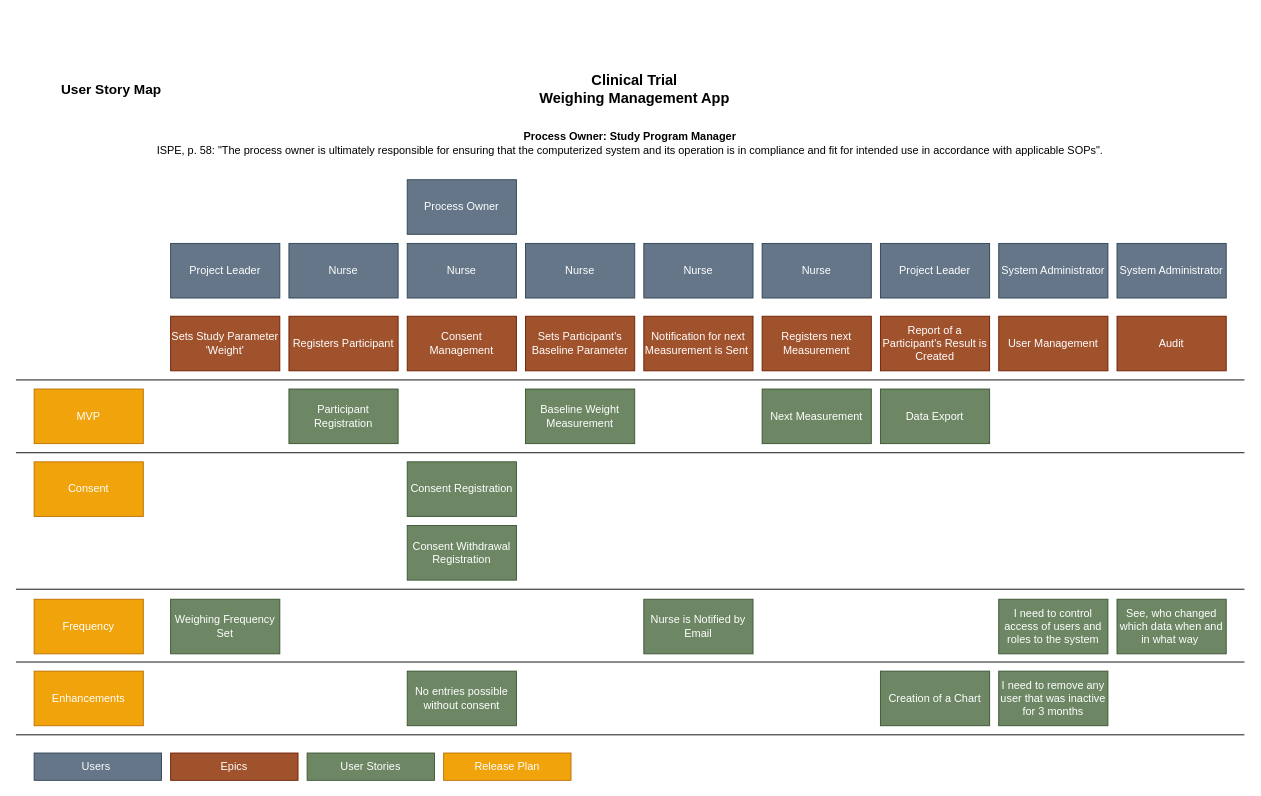
The draw.io diagram jba-oq-documents/JBA_UserStoryMap.drawio in sableu/BDD4OQ, before the edit. Source tidied: cells renumbered, new cells numbered last; positions are measured from the earlier drawing's top-left corner, leaving out a move shared by most shapes. Both pictures are drawn from the tidied source at 91%, with x=0, y=0 at pixel (15, 79).
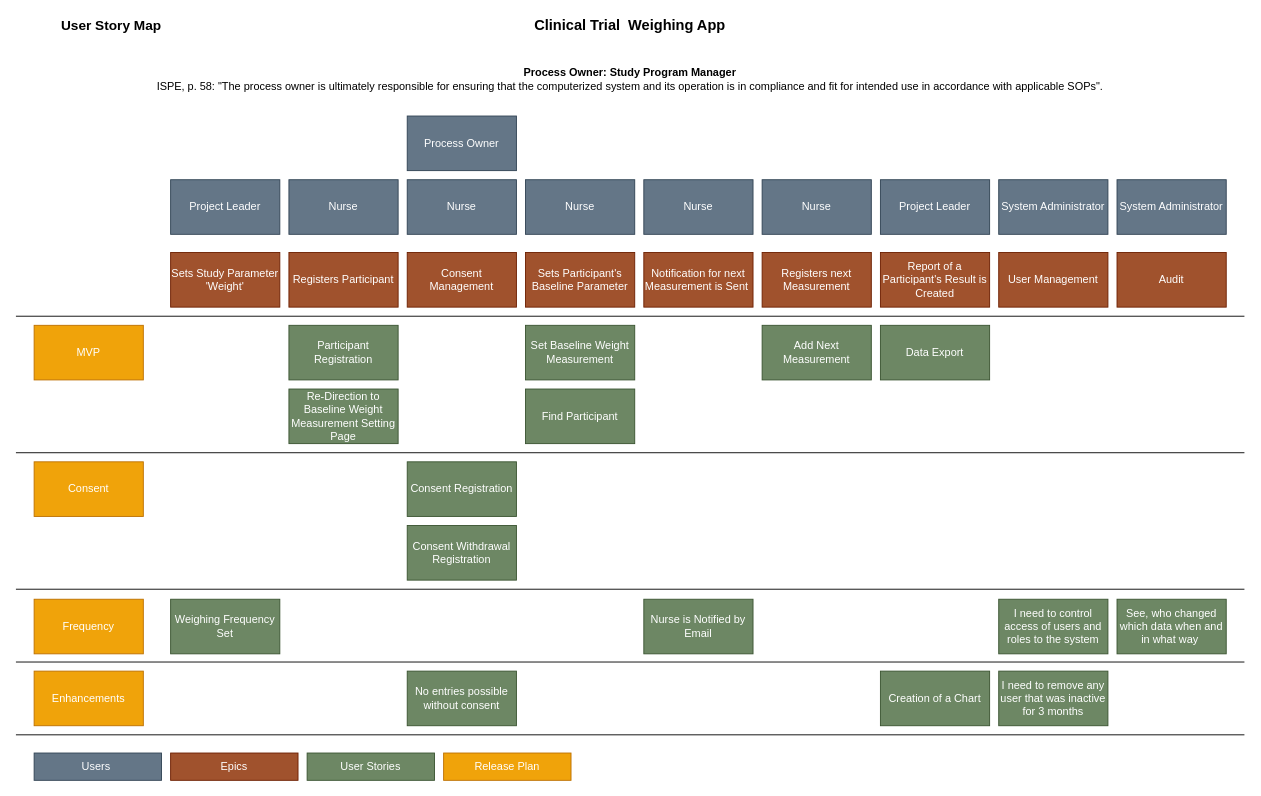
After the change.

Commit message (it also covers changes not shown here):
Some updates (additional user stories) and some refactoring in respect of a consistent language

Diff of the diagram source:
```diff
@@
-    <mxCell id="2" value="Project Leader" style="rounded=0;whiteSpace=wrap;html=1;fillColor=#647687;strokeColor=#314354;fontColor=#ffffff;" parent="1" vertex="1">
-      <mxGeometry x="170" y="180" width="120" height="60" as="geometry" />
-    </mxCell>
-    <mxCell id="3" value="&lt;font style=&quot;font-size: 16px&quot;&gt;&lt;b&gt;Clinical Trial &lt;br&gt;Weighing Management App&lt;/b&gt;&lt;/font&gt;" style="text;html=1;strokeColor=none;fillColor=none;align=center;verticalAlign=middle;whiteSpace=wrap;rounded=0;" parent="1" vertex="1">
-      <mxGeometry x="570" width="220" height="20" as="geometry" />
-    </mxCell>
+    <mxCell id="50" value="Project Leader" style="rounded=0;whiteSpace=wrap;html=1;fillColor=#647687;strokeColor=#314354;fontColor=#ffffff;" parent="1" vertex="1">
+      <mxGeometry x="170" y="110" width="120" height="60" as="geometry" />
+    </mxCell>
+    <mxCell id="51" value="&lt;font style=&quot;font-size: 16px&quot;&gt;&lt;b&gt;Clinical Trial&amp;nbsp; Weighing App&lt;/b&gt;&lt;/font&gt;" style="text;html=1;strokeColor=none;fillColor=none;align=center;verticalAlign=middle;whiteSpace=wrap;rounded=0;" parent="1" vertex="1">
+      <mxGeometry x="565" y="-70" width="220" height="20" as="geometry" />
+    </mxCell>
     <mxCell id="4" value="Registers next Measurement" style="rounded=0;whiteSpace=wrap;html=1;fillColor=#a0522d;strokeColor=#6D1F00;fontColor=#ffffff;" parent="1" vertex="1">
-      <mxGeometry x="820" y="260" width="120" height="60" as="geometry" />
+      <mxGeometry x="820" y="190" width="120" height="60" as="geometry" />
     </mxCell>
     <mxCell id="5" value="MVP" style="rounded=0;whiteSpace=wrap;html=1;fillColor=#f0a30a;strokeColor=#BD7000;fontColor=#ffffff;" parent="1" vertex="1">
-      <mxGeometry x="20" y="340" width="120" height="60" as="geometry" />
+      <mxGeometry x="20" y="270" width="120" height="60" as="geometry" />
     </mxCell>
     <mxCell id="6" value="Sets Study Parameter 'Weight'" style="rounded=0;whiteSpace=wrap;html=1;fillColor=#a0522d;strokeColor=#6D1F00;fontColor=#ffffff;" parent="1" vertex="1">
-      <mxGeometry x="170" y="260" width="120" height="60" as="geometry" />
+      <mxGeometry x="170" y="190" width="120" height="60" as="geometry" />
     </mxCell>
     <mxCell id="7" value="Registers Participant" style="rounded=0;whiteSpace=wrap;html=1;fillColor=#a0522d;strokeColor=#6D1F00;fontColor=#ffffff;" parent="1" vertex="1">
-      <mxGeometry x="300" y="260" width="120" height="60" as="geometry" />
+      <mxGeometry x="300" y="190" width="120" height="60" as="geometry" />
     </mxCell>
     <mxCell id="8" value="Consent Management" style="rounded=0;whiteSpace=wrap;html=1;fillColor=#a0522d;strokeColor=#6D1F00;fontColor=#ffffff;" parent="1" vertex="1">
-      <mxGeometry x="430" y="260" width="120" height="60" as="geometry" />
+      <mxGeometry x="430" y="190" width="120" height="60" as="geometry" />
     </mxCell>
     <mxCell id="9" value="Sets Participant's Baseline Parameter" style="rounded=0;whiteSpace=wrap;html=1;fillColor=#a0522d;strokeColor=#6D1F00;fontColor=#ffffff;" parent="1" vertex="1">
-      <mxGeometry x="560" y="260" width="120" height="60" as="geometry" />
+      <mxGeometry x="560" y="190" width="120" height="60" as="geometry" />
     </mxCell>
     <mxCell id="10" value="Notification for next Measurement is Sent&amp;nbsp;" style="rounded=0;whiteSpace=wrap;html=1;fillColor=#a0522d;strokeColor=#6D1F00;fontColor=#ffffff;" parent="1" vertex="1">
-      <mxGeometry x="690" y="260" width="120" height="60" as="geometry" />
+      <mxGeometry x="690" y="190" width="120" height="60" as="geometry" />
     </mxCell>
     <mxCell id="11" value="Report of a Participant's Result is Created" style="rounded=0;whiteSpace=wrap;html=1;fillColor=#a0522d;strokeColor=#6D1F00;fontColor=#ffffff;" parent="1" vertex="1">
-      <mxGeometry x="950" y="260" width="120" height="60" as="geometry" />
+      <mxGeometry x="950" y="190" width="120" height="60" as="geometry" />
     </mxCell>
-    <mxCell id="12" value="Nurse" style="rounded=0;whiteSpace=wrap;html=1;fillColor=#647687;strokeColor=#314354;fontColor=#ffffff;" parent="1" vertex="1">
-      <mxGeometry x="300" y="180" width="120" height="60" as="geometry" />
-    </mxCell>
-    <mxCell id="13" value="Project Leader" style="rounded=0;whiteSpace=wrap;html=1;fillColor=#647687;strokeColor=#314354;fontColor=#ffffff;" parent="1" vertex="1">
-      <mxGeometry x="950" y="180" width="120" height="60" as="geometry" />
-    </mxCell>
-    <mxCell id="14" value="Nurse" style="rounded=0;whiteSpace=wrap;html=1;fillColor=#647687;strokeColor=#314354;fontColor=#ffffff;" parent="1" vertex="1">
-      <mxGeometry x="430" y="180" width="120" height="60" as="geometry" />
-    </mxCell>
-    <mxCell id="15" value="Nurse" style="rounded=0;whiteSpace=wrap;html=1;fillColor=#647687;strokeColor=#314354;fontColor=#ffffff;" parent="1" vertex="1">
-      <mxGeometry x="560" y="180" width="120" height="60" as="geometry" />
-    </mxCell>
-    <mxCell id="16" value="Nurse" style="rounded=0;whiteSpace=wrap;html=1;fillColor=#647687;strokeColor=#314354;fontColor=#ffffff;" parent="1" vertex="1">
-      <mxGeometry x="690" y="180" width="120" height="60" as="geometry" />
-    </mxCell>
-    <mxCell id="17" value="Nurse" style="rounded=0;whiteSpace=wrap;html=1;fillColor=#647687;strokeColor=#314354;fontColor=#ffffff;" parent="1" vertex="1">
-      <mxGeometry x="820" y="180" width="120" height="60" as="geometry" />
-    </mxCell>
+    <mxCell id="52" value="Nurse" style="rounded=0;whiteSpace=wrap;html=1;fillColor=#647687;strokeColor=#314354;fontColor=#ffffff;" parent="1" vertex="1">
+      <mxGeometry x="300" y="110" width="120" height="60" as="geometry" />
+    </mxCell>
+    <mxCell id="53" value="Project Leader" style="rounded=0;whiteSpace=wrap;html=1;fillColor=#647687;strokeColor=#314354;fontColor=#ffffff;" parent="1" vertex="1">
+      <mxGeometry x="950" y="110" width="120" height="60" as="geometry" />
+    </mxCell>
+    <mxCell id="54" value="Nurse" style="rounded=0;whiteSpace=wrap;html=1;fillColor=#647687;strokeColor=#314354;fontColor=#ffffff;" parent="1" vertex="1">
+      <mxGeometry x="430" y="110" width="120" height="60" as="geometry" />
+    </mxCell>
+    <mxCell id="55" value="Nurse" style="rounded=0;whiteSpace=wrap;html=1;fillColor=#647687;strokeColor=#314354;fontColor=#ffffff;" parent="1" vertex="1">
+      <mxGeometry x="560" y="110" width="120" height="60" as="geometry" />
+    </mxCell>
+    <mxCell id="56" value="Nurse" style="rounded=0;whiteSpace=wrap;html=1;fillColor=#647687;strokeColor=#314354;fontColor=#ffffff;" parent="1" vertex="1">
+      <mxGeometry x="690" y="110" width="120" height="60" as="geometry" />
+    </mxCell>
+    <mxCell id="57" value="Nurse" style="rounded=0;whiteSpace=wrap;html=1;fillColor=#647687;strokeColor=#314354;fontColor=#ffffff;" parent="1" vertex="1">
+      <mxGeometry x="820" y="110" width="120" height="60" as="geometry" />
+    </mxCell>
@@
     <mxCell id="20" value="Participant Registration" style="rounded=0;whiteSpace=wrap;html=1;fillColor=#6d8764;strokeColor=#3A5431;fontColor=#ffffff;" parent="1" vertex="1">
-      <mxGeometry x="300" y="340" width="120" height="60" as="geometry" />
+      <mxGeometry x="300" y="270" width="120" height="60" as="geometry" />
     </mxCell>
-    <mxCell id="21" value="Baseline Weight Measurement" style="rounded=0;whiteSpace=wrap;html=1;fillColor=#6d8764;strokeColor=#3A5431;fontColor=#ffffff;" parent="1" vertex="1">
-      <mxGeometry x="560" y="340" width="120" height="60" as="geometry" />
-    </mxCell>
-    <mxCell id="22" value="Next Measurement" style="rounded=0;whiteSpace=wrap;html=1;fillColor=#6d8764;strokeColor=#3A5431;fontColor=#ffffff;" parent="1" vertex="1">
-      <mxGeometry x="820" y="340" width="120" height="60" as="geometry" />
-    </mxCell>
+    <mxCell id="58" value="Set Baseline Weight Measurement" style="rounded=0;whiteSpace=wrap;html=1;fillColor=#6d8764;strokeColor=#3A5431;fontColor=#ffffff;" parent="1" vertex="1">
+      <mxGeometry x="560" y="270" width="120" height="60" as="geometry" />
+    </mxCell>
+    <mxCell id="59" value="Find Participant" style="rounded=0;whiteSpace=wrap;html=1;fillColor=#6d8764;strokeColor=#3A5431;fontColor=#ffffff;" parent="1" vertex="1">
+      <mxGeometry x="560" y="340" width="120" height="60" as="geometry" />
+    </mxCell>
     <mxCell id="23" value="Data Export" style="rounded=0;whiteSpace=wrap;html=1;fillColor=#6d8764;strokeColor=#3A5431;fontColor=#ffffff;" parent="1" vertex="1">
-      <mxGeometry x="950" y="340" width="120" height="60" as="geometry" />
+      <mxGeometry x="950" y="270" width="120" height="60" as="geometry" />
     </mxCell>
@@
-    <mxCell id="25" style="endArrow=none;html=1;" parent="1" edge="1">
-      <mxGeometry relative="1" as="geometry">
-        <mxPoint y="410" as="sourcePoint" />
-        <mxPoint x="1350" y="410" as="targetPoint" />
-      </mxGeometry>
-    </mxCell>
-    <mxCell id="26" style="endArrow=none;html=1;" parent="1" edge="1">
-      <mxGeometry relative="1" as="geometry">
-        <mxPoint y="330" as="sourcePoint" />
-        <mxPoint x="1350" y="330" as="targetPoint" />
-      </mxGeometry>
-    </mxCell>
+    <mxCell id="60" style="endArrow=none;html=1;" parent="1" edge="1">
+      <mxGeometry relative="1" as="geometry">
+        <mxPoint y="410" as="sourcePoint" />
+        <mxPoint x="1350" y="410" as="targetPoint" />
+      </mxGeometry>
+    </mxCell>
+    <mxCell id="61" style="endArrow=none;html=1;" parent="1" edge="1">
+      <mxGeometry relative="1" as="geometry">
+        <mxPoint y="260" as="sourcePoint" />
+        <mxPoint x="1350" y="260" as="targetPoint" />
+      </mxGeometry>
+    </mxCell>
@@
-    <mxCell id="28" style="endArrow=none;html=1;" parent="1" edge="1">
-      <mxGeometry relative="1" as="geometry">
-        <mxPoint y="560" as="sourcePoint" />
-        <mxPoint x="1350" y="560" as="targetPoint" />
-      </mxGeometry>
-    </mxCell>
+    <mxCell id="62" style="endArrow=none;html=1;" parent="1" edge="1">
+      <mxGeometry relative="1" as="geometry">
+        <mxPoint y="560" as="sourcePoint" />
+        <mxPoint x="1350" y="560" as="targetPoint" />
+      </mxGeometry>
+    </mxCell>
@@
-    <mxCell id="33" value="System Administrator" style="rounded=0;whiteSpace=wrap;html=1;fillColor=#647687;strokeColor=#314354;fontColor=#ffffff;" parent="1" vertex="1">
-      <mxGeometry x="1080" y="180" width="120" height="60" as="geometry" />
-    </mxCell>
-    <mxCell id="34" style="endArrow=none;html=1;" parent="1" edge="1">
-      <mxGeometry relative="1" as="geometry">
-        <mxPoint y="640" as="sourcePoint" />
-        <mxPoint x="1350" y="640" as="targetPoint" />
-      </mxGeometry>
-    </mxCell>
+    <mxCell id="63" value="System Administrator" style="rounded=0;whiteSpace=wrap;html=1;fillColor=#647687;strokeColor=#314354;fontColor=#ffffff;" parent="1" vertex="1">
+      <mxGeometry x="1080" y="110" width="120" height="60" as="geometry" />
+    </mxCell>
+    <mxCell id="64" style="endArrow=none;html=1;" parent="1" edge="1">
+      <mxGeometry relative="1" as="geometry">
+        <mxPoint y="640" as="sourcePoint" />
+        <mxPoint x="1350" y="640" as="targetPoint" />
+      </mxGeometry>
+    </mxCell>
@@
-    <mxCell id="36" style="endArrow=none;html=1;" parent="1" edge="1">
-      <mxGeometry relative="1" as="geometry">
-        <mxPoint y="720" as="sourcePoint" />
-        <mxPoint x="1350" y="720" as="targetPoint" />
-      </mxGeometry>
-    </mxCell>
+    <mxCell id="65" style="endArrow=none;html=1;" parent="1" edge="1">
+      <mxGeometry relative="1" as="geometry">
+        <mxPoint y="720" as="sourcePoint" />
+        <mxPoint x="1350" y="720" as="targetPoint" />
+      </mxGeometry>
+    </mxCell>
     <mxCell id="37" value="&lt;b&gt;Process Owner: Study Program Manager&lt;/b&gt;&lt;br&gt;ISPE, p. 58: &quot;The process owner is ultimately responsible for ensuring that the computerized system and its operation is in compliance and fit for intended use in accordance with applicable SOPs&quot;." style="text;html=1;strokeColor=none;fillColor=none;align=center;verticalAlign=middle;whiteSpace=wrap;rounded=0;" parent="1" vertex="1">
-      <mxGeometry y="60" width="1350" height="20" as="geometry" />
+      <mxGeometry y="-10" width="1350" height="20" as="geometry" />
     </mxCell>
@@
     <mxCell id="43" value="User Management" style="rounded=0;whiteSpace=wrap;html=1;fillColor=#a0522d;strokeColor=#6D1F00;fontColor=#ffffff;" parent="1" vertex="1">
-      <mxGeometry x="1080" y="260" width="120" height="60" as="geometry" />
+      <mxGeometry x="1080" y="190" width="120" height="60" as="geometry" />
     </mxCell>
@@
     <mxCell id="45" value="Audit" style="rounded=0;whiteSpace=wrap;html=1;fillColor=#a0522d;strokeColor=#6D1F00;fontColor=#ffffff;" parent="1" vertex="1">
-      <mxGeometry x="1210" y="260" width="120" height="60" as="geometry" />
+      <mxGeometry x="1210" y="190" width="120" height="60" as="geometry" />
     </mxCell>
-    <mxCell id="46" value="System Administrator" style="rounded=0;whiteSpace=wrap;html=1;fillColor=#647687;strokeColor=#314354;fontColor=#ffffff;" parent="1" vertex="1">
-      <mxGeometry x="1210" y="180" width="120" height="60" as="geometry" />
-    </mxCell>
+    <mxCell id="66" value="System Administrator" style="rounded=0;whiteSpace=wrap;html=1;fillColor=#647687;strokeColor=#314354;fontColor=#ffffff;" parent="1" vertex="1">
+      <mxGeometry x="1210" y="110" width="120" height="60" as="geometry" />
+    </mxCell>
     <mxCell id="47" value="Process Owner" style="rounded=0;whiteSpace=wrap;html=1;fillColor=#647687;strokeColor=#314354;fontColor=#ffffff;" parent="1" vertex="1">
-      <mxGeometry x="430" y="110" width="120" height="60" as="geometry" />
+      <mxGeometry x="430" y="40" width="120" height="60" as="geometry" />
     </mxCell>
@@
     <mxCell id="49" value="User Story Map" style="text;html=1;strokeColor=none;fillColor=none;align=center;verticalAlign=middle;whiteSpace=wrap;rounded=0;fontSize=15;fontStyle=1;" parent="1" vertex="1">
-      <mxGeometry x="20" width="170" height="20" as="geometry" />
+      <mxGeometry x="20" y="-70" width="170" height="20" as="geometry" />
     </mxCell>
+    <mxCell id="67" value="Add Next Measurement" style="rounded=0;whiteSpace=wrap;html=1;fillColor=#6d8764;strokeColor=#3A5431;fontColor=#ffffff;" parent="1" vertex="1">
+      <mxGeometry x="820" y="270" width="120" height="60" as="geometry" />
+    </mxCell>
+    <mxCell id="68" value="Re-Direction to Baseline Weight Measurement Setting Page" style="rounded=0;whiteSpace=wrap;html=1;fillColor=#6d8764;strokeColor=#3A5431;fontColor=#ffffff;" parent="1" vertex="1">
+      <mxGeometry x="300" y="340" width="120" height="60" as="geometry" />
+    </mxCell>
```
